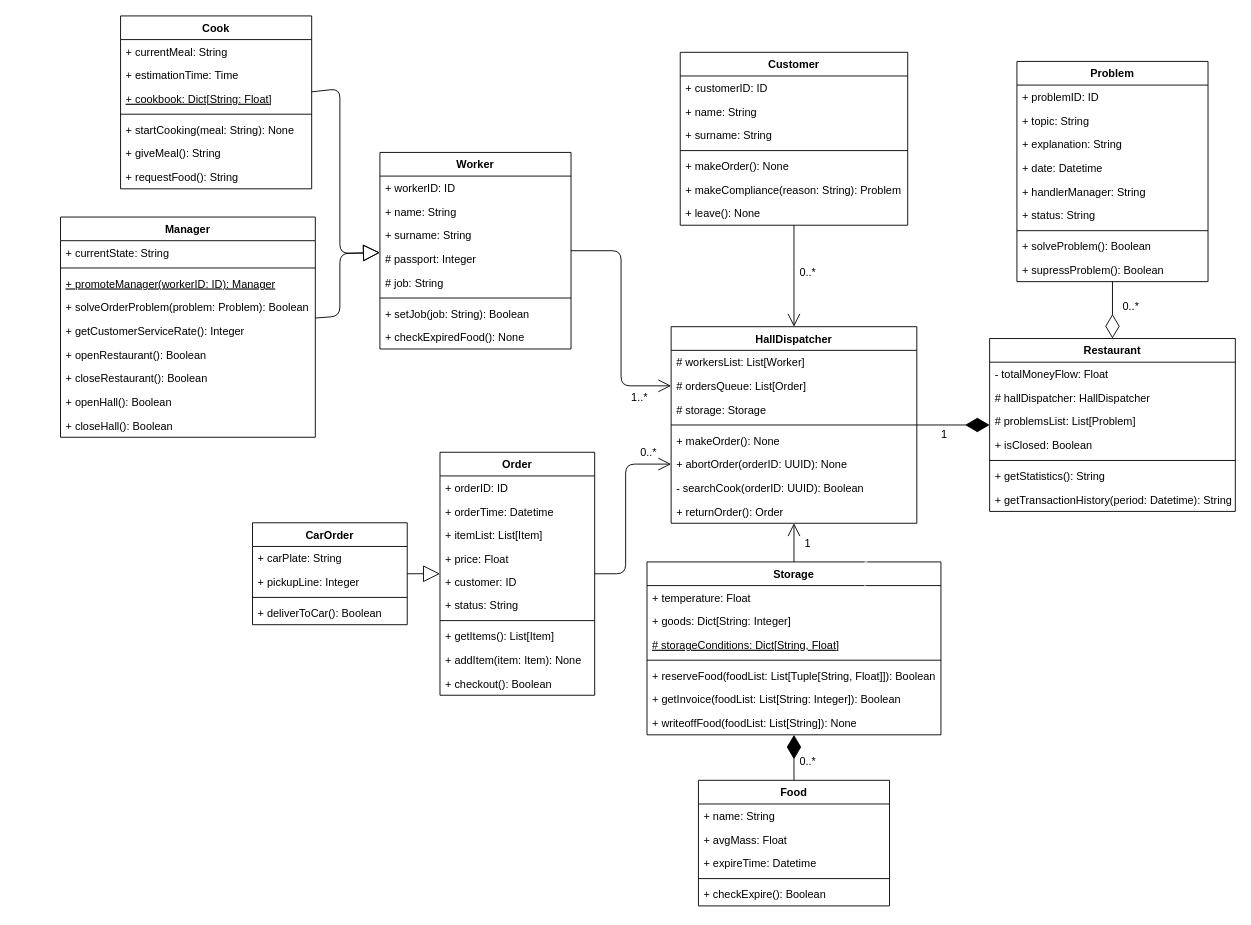
Above: python/task4/Class diagram.drawio in ricci5791/python-education (draw.io), before the change. Source tidied: cells renumbered, new cells numbered last; positions are measured from the earlier drawing's top-left corner, leaving out a move shared by most shapes. Both pictures are drawn from the tidied source at 91%, with x=0, y=0 at pixel (15, 15).
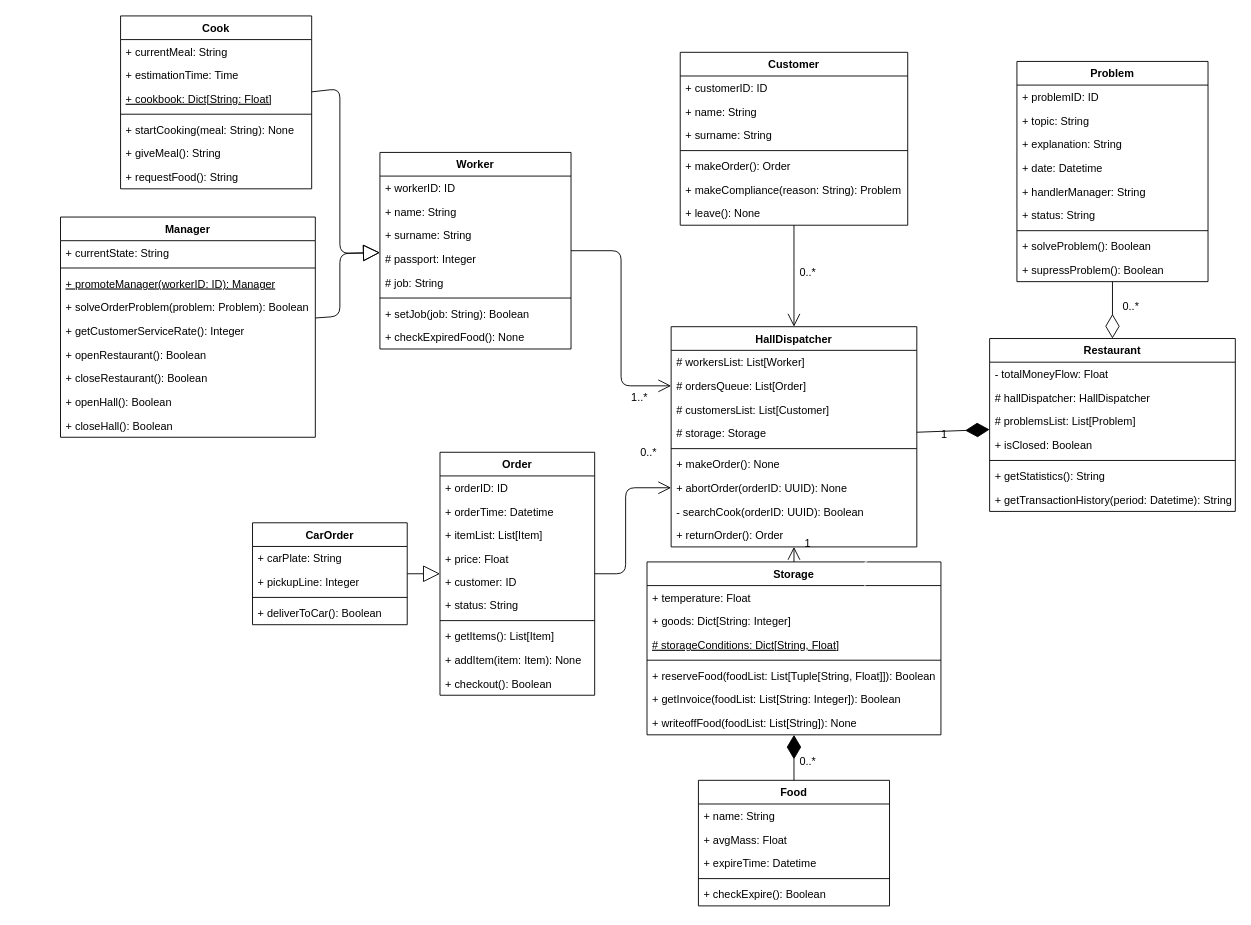
The same diagram, later.

Commit message:
changed 'Customer.makeOrder' return signature from 'None' to 'Order'; added 'HallDispatcher.customersList' property

The change refers to these unchanged cells:
```xml
<mxCell id="36" value="Customer" style="swimlane;fontStyle=1;align=center;verticalAlign=top;horizontal=1;startSize=26;" parent="1" vertex="1">
  <mxGeometry x="730" y="40" width="250" height="190" as="geometry" />
</mxCell>
```

Diff of the diagram source:
```diff
@@
-    <mxCell id="41" value="+ makeOrder(): None" style="text;strokeColor=none;fillColor=none;align=left;verticalAlign=top;spacingLeft=4;spacingRight=4;overflow=hidden;" parent="36" vertex="1">
+    <mxCell id="41" value="+ makeOrder(): Order" style="text;strokeColor=none;fillColor=none;align=left;verticalAlign=top;spacingLeft=4;spacingRight=4;overflow=hidden;" parent="36" vertex="1">
       <mxGeometry y="112" width="250" height="26" as="geometry" />
     </mxCell>
@@
     <mxCell id="44" value="HallDispatcher" style="swimlane;fontStyle=1;align=center;verticalAlign=top;horizontal=1;startSize=26;fillColor=#FFFFFF;" parent="1" vertex="1">
-      <mxGeometry x="720" y="341.5" width="270" height="216" as="geometry" />
+      <mxGeometry x="720" y="341.5" width="270" height="242" as="geometry" />
     </mxCell>
@@
+    <mxCell id="114" value="# customersList: List[Customer]" style="text;strokeColor=none;fillColor=none;align=left;verticalAlign=top;spacingLeft=4;spacingRight=4;overflow=hidden;" parent="44" vertex="1">
+      <mxGeometry y="78" width="270" height="26" as="geometry" />
+    </mxCell>
     <mxCell id="47" value="# storage: Storage" style="text;strokeColor=none;fillColor=none;align=left;verticalAlign=top;spacingLeft=4;spacingRight=4;overflow=hidden;" parent="44" vertex="1">
-      <mxGeometry y="78" width="270" height="26" as="geometry" />
+      <mxGeometry y="104" width="270" height="26" as="geometry" />
     </mxCell>
     <mxCell id="48" style="line;strokeWidth=1;fillColor=none;align=left;verticalAlign=middle;spacingTop=-1;spacingLeft=3;spacingRight=3;labelPosition=right;" parent="44" vertex="1">
-      <mxGeometry y="104" width="270" height="8" as="geometry" />
+      <mxGeometry y="130" width="270" height="8" as="geometry" />
     </mxCell>
     <mxCell id="49" value="+ makeOrder(): None" style="text;strokeColor=none;fillColor=none;align=left;verticalAlign=top;spacingLeft=4;spacingRight=4;overflow=hidden;" parent="44" vertex="1">
-      <mxGeometry y="112" width="270" height="26" as="geometry" />
+      <mxGeometry y="138" width="270" height="26" as="geometry" />
     </mxCell>
     <mxCell id="50" value="+ abortOrder(orderID: UUID): None" style="text;strokeColor=none;fillColor=none;align=left;verticalAlign=top;spacingLeft=4;spacingRight=4;overflow=hidden;points=[[0,0.5],[1,0.5]];portConstraint=eastwest;" parent="44" vertex="1">
-      <mxGeometry y="138" width="270" height="26" as="geometry" />
+      <mxGeometry y="164" width="270" height="26" as="geometry" />
     </mxCell>
     <mxCell id="51" value="- searchCook(orderID: UUID): Boolean" style="text;strokeColor=none;fillColor=none;align=left;verticalAlign=top;spacingLeft=4;spacingRight=4;overflow=hidden;" parent="44" vertex="1">
-      <mxGeometry y="164" width="270" height="26" as="geometry" />
+      <mxGeometry y="190" width="270" height="26" as="geometry" />
     </mxCell>
     <mxCell id="52" value="+ returnOrder(): Order" style="text;strokeColor=none;fillColor=none;align=left;verticalAlign=top;spacingLeft=4;spacingRight=4;overflow=hidden;" parent="44" vertex="1">
-      <mxGeometry y="190" width="270" height="26" as="geometry" />
+      <mxGeometry y="216" width="270" height="26" as="geometry" />
     </mxCell>
```
